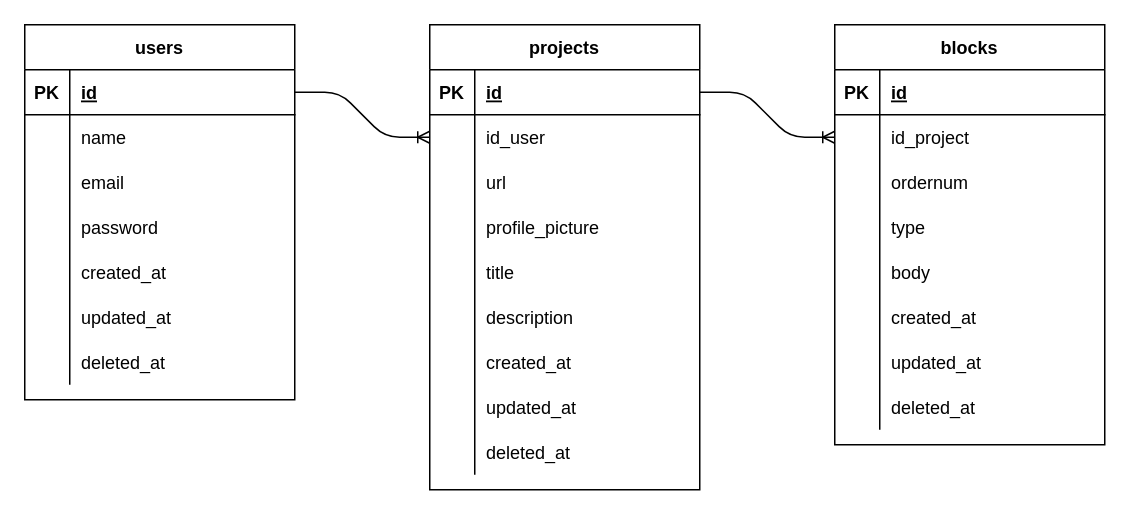
billysutomo/chocolate-waffle keeps this draw.io diagram as erd.drawio. Above is the earlier version. Source tidied: cells renumbered, new cells numbered last; positions are measured from the earlier drawing's top-left corner, leaving out a move shared by most shapes. Both pictures are drawn from the tidied source at 150%, with x=0, y=0 at pixel (24, 24).
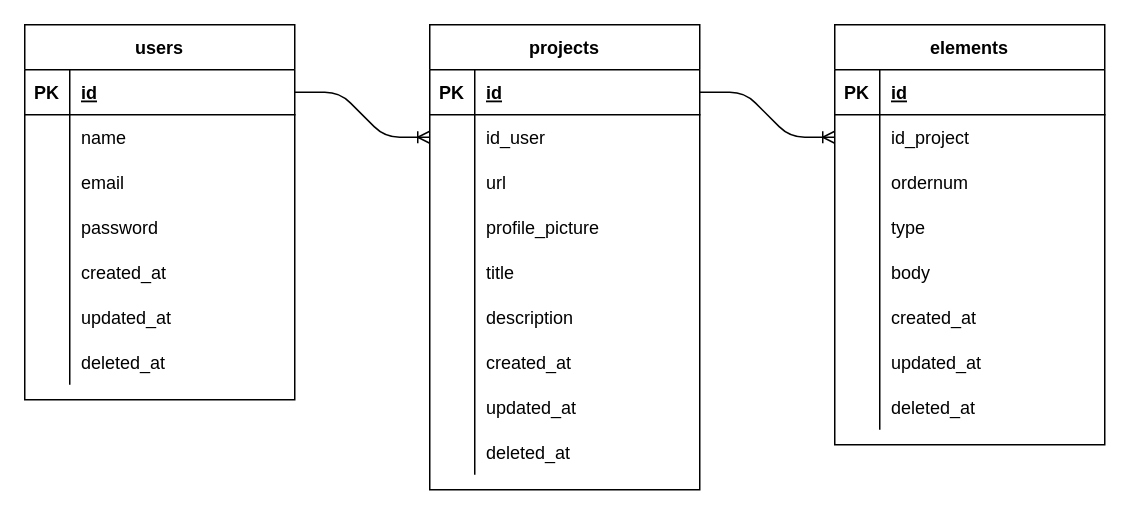
After the change.

Diff of the diagram source:
```diff
@@
-    <mxCell id="54" value="blocks" style="shape=table;startSize=30;childLayout=tableLayout;rowLines=0;fontStyle=1;align=center;" parent="1" vertex="1">
+    <mxCell id="54" value="elements" style="shape=table;startSize=30;childLayout=tableLayout;rowLines=0;fontStyle=1;align=center;" parent="1" vertex="1">
       <mxGeometry x="540" width="180" height="280" as="geometry" />
     </mxCell>
```
